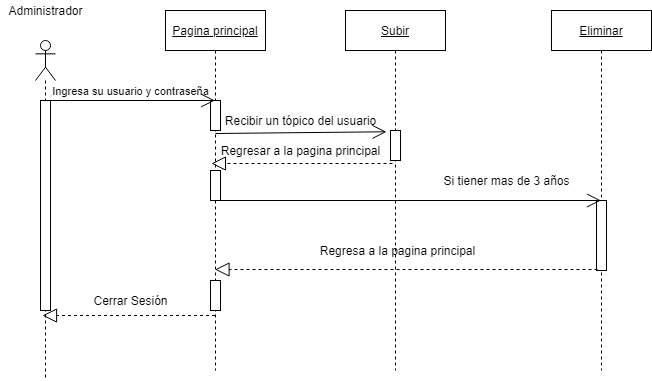
Before: Diagramas/Diagramadesecuenciaadministrador.drawio.png, a diagram exported from draw.io (vanessamRodriguez/Analisis-Avanzado-de-Software). Source tidied: cells renumbered, new cells last; positions are measured from the earlier drawing's top-left corner, leaving out a move shared by most shapes.
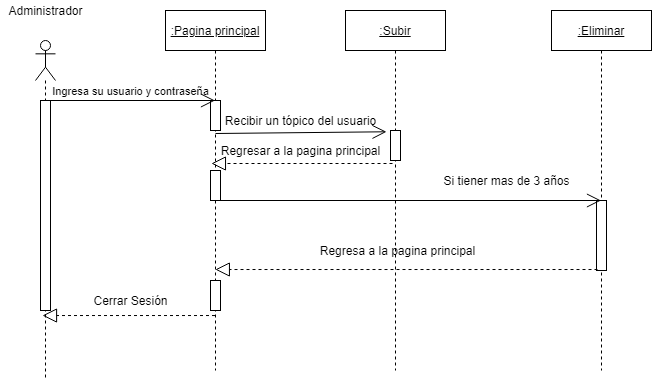
The same file after the commit.

Change to the diagram source:
```diff
@@ -2,7 +2,7 @@
   <root>
     <mxCell id="0" />
     <mxCell id="1" parent="0" />
-    <mxCell id="2" value="&lt;u&gt;Pagina principal&lt;/u&gt;" style="shape=umlLifeline;perimeter=lifelinePerimeter;whiteSpace=wrap;html=1;outlineConnect=0;" parent="1" vertex="1">
+    <mxCell id="2" value="&lt;u&gt;:Pagina principal&lt;/u&gt;" style="shape=umlLifeline;perimeter=lifelinePerimeter;whiteSpace=wrap;html=1;outlineConnect=0;" parent="1" vertex="1">
       <mxGeometry x="165" y="10" width="100" height="360" as="geometry" />
     </mxCell>
     <mxCell id="3" style="html=1;perimeter=orthogonalPerimeter;" parent="2" vertex="1">
@@ -36,13 +36,13 @@
     <mxCell id="11" value="&lt;font style=&quot;font-size: 11px&quot;&gt;Ingresa su usuario y contraseña&lt;/font&gt;" style="text;html=1;align=center;verticalAlign=middle;strokeColor=none;" parent="1" vertex="1">
       <mxGeometry x="45" y="80" width="170" height="20" as="geometry" />
     </mxCell>
-    <mxCell id="12" value="&lt;u&gt;Subir&lt;/u&gt;" style="shape=umlLifeline;perimeter=lifelinePerimeter;whiteSpace=wrap;html=1;" parent="1" vertex="1">
+    <mxCell id="12" value="&lt;u&gt;:Subir&lt;/u&gt;" style="shape=umlLifeline;perimeter=lifelinePerimeter;whiteSpace=wrap;html=1;" parent="1" vertex="1">
       <mxGeometry x="345" y="10" width="100" height="360" as="geometry" />
     </mxCell>
     <mxCell id="13" style="html=1;points=[];perimeter=orthogonalPerimeter;" parent="12" vertex="1">
       <mxGeometry x="45" y="120" width="10" height="30" as="geometry" />
     </mxCell>
-    <mxCell id="14" value="&lt;u&gt;Eliminar&lt;/u&gt;" style="shape=umlLifeline;perimeter=lifelinePerimeter;whiteSpace=wrap;html=1;outlineConnect=0;" parent="1" vertex="1">
+    <mxCell id="14" value="&lt;u&gt;:Eliminar&lt;/u&gt;" style="shape=umlLifeline;perimeter=lifelinePerimeter;whiteSpace=wrap;html=1;outlineConnect=0;" parent="1" vertex="1">
       <mxGeometry x="551" y="10" width="100" height="360" as="geometry" />
     </mxCell>
     <mxCell id="15" style="html=1;points=[];perimeter=orthogonalPerimeter;" parent="14" vertex="1">
```
